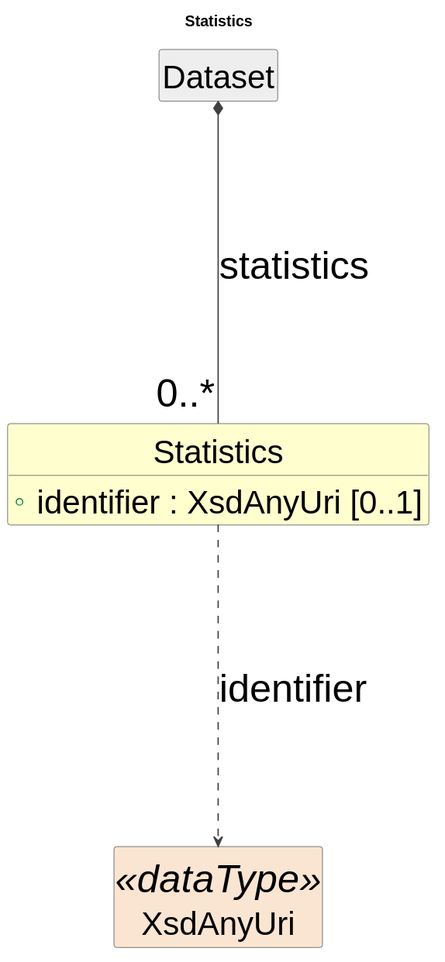
Cross-Domain-Interoperability-Framework/metadataBuildingBlocks keeps this PlantUML diagram as cdif-uml-model/DiscoveryDataDescription/Classes/Statistics.svg. Above is the earlier version.
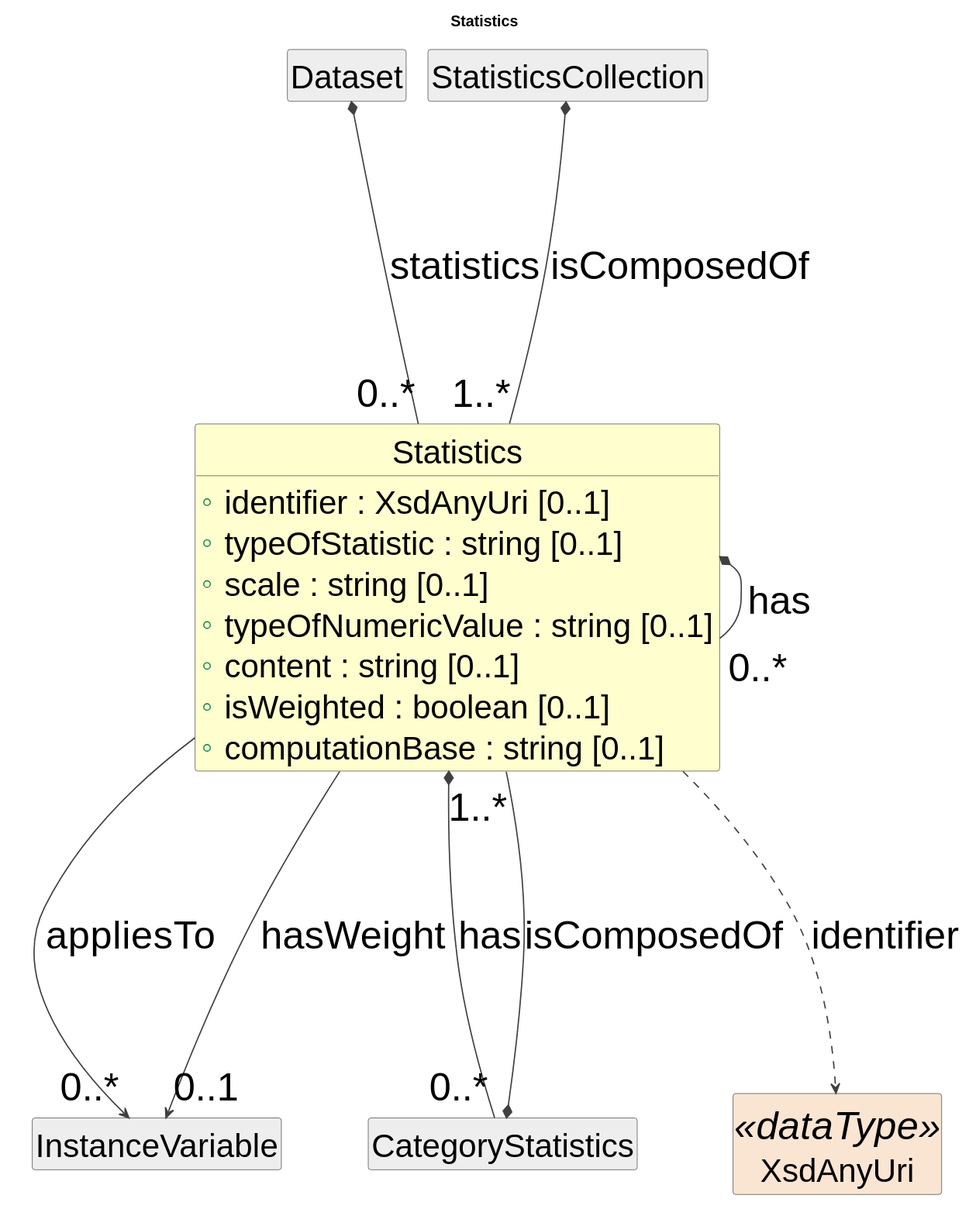
Later version of the same file.

What changed in the source:
```diff
@@ -16,9 +16,24 @@
 
 class "Statistics" as Statistics #FEFECE {
   +identifier : XsdAnyUri [0..1]
+  +typeOfStatistic : string [0..1]
+  +scale : string [0..1]
+  +typeOfNumericValue : string [0..1]
+  +content : string [0..1]
+  +isWeighted : boolean [0..1]
+  +computationBase : string [0..1]
 }
 class "Dataset" as Dataset #EEEEEE
 Dataset *-- "0..*" Statistics : statistics
+class "InstanceVariable" as InstanceVariable #EEEEEE
+Statistics --> "0..*" InstanceVariable : appliesTo
+Statistics --> "0..1" InstanceVariable : hasWeight
+class "CategoryStatistics" as CategoryStatistics #EEEEEE
+Statistics *-- "0..*" CategoryStatistics : has
+Statistics *-- "0..*" Statistics : has
+CategoryStatistics *-- "1..*" Statistics : isComposedOf
+class "StatisticsCollection" as StatisticsCollection #EEEEEE
+StatisticsCollection *-- "1..*" Statistics : isComposedOf
 class "XsdAnyUri" as XsdAnyUri <<dataType>> #FAE5D3
 Statistics ..> XsdAnyUri : identifier
 @enduml
```
